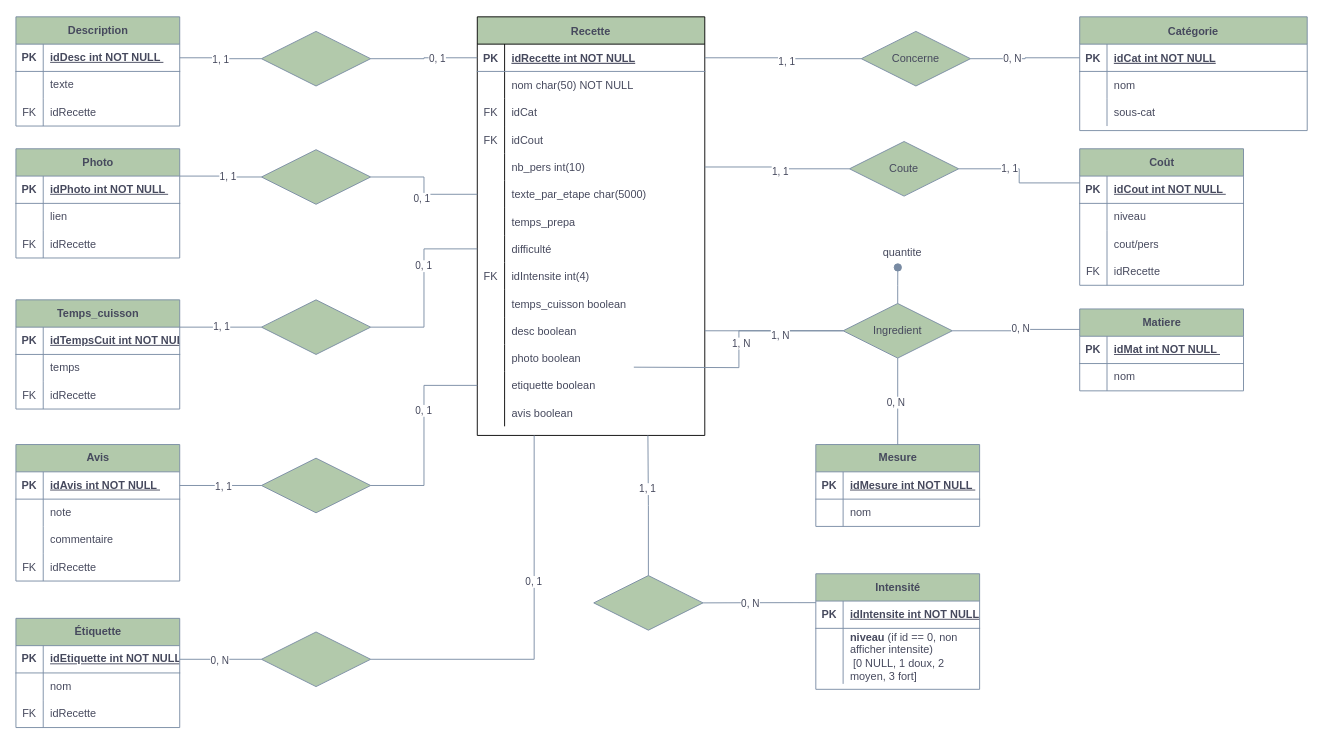
Above: 未命名绘图.drawio in nicrain/nicrain.github.io (draw.io), before the change. Source tidied: cells renumbered, new cells numbered last; positions are measured from the earlier drawing's top-left corner, leaving out a move shared by most shapes. Both pictures are drawn from the tidied source at 91%, with x=0, y=0 at pixel (15, 16).
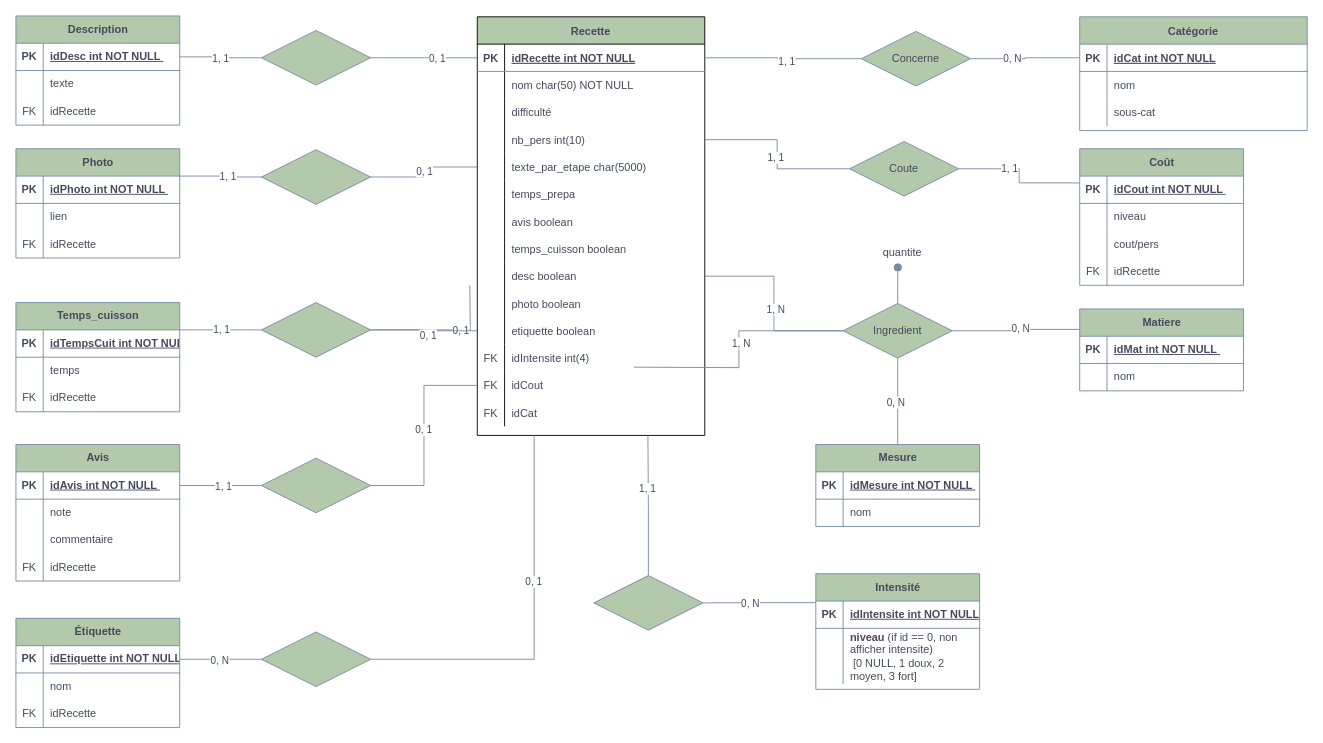
After the change.

Commit message (it also covers changes not shown here):
更新未命名绘图.drawio

The change refers to these unchanged cells:
```xml
<mxCell id="14" value="Recette" style="shape=table;startSize=30;childLayout=tableLayout;rowLines=0;fontStyle=1;align=center;labelBackgroundColor=none;fillColor=#B2C9AB;strokeColor=default;fontColor=#46495D;swimlaneFillColor=none;gradientColor=none;perimeterSpacing=0;rounded=0;labelBorderColor=none;" parent="1" vertex="1">
  <mxGeometry x="507" width="250" height="460" as="geometry" />
</mxCell>
<mxCell id="153" style="shape=rhombus;perimeter=rhombusPerimeter;whiteSpace=wrap;html=1;align=center;strokeColor=#788AA3;fontColor=#46495D;fillColor=#B2C9AB;" parent="1" vertex="1">
  <mxGeometry x="269.8" y="485" width="120" height="60" as="geometry" />
</mxCell>
```

What changed in the source:
```diff
@@
-    <mxCell id="21" style="shape=partialRectangle;fillColor=none;top=0;left=0;right=0;bottom=0;labelBackgroundColor=none;strokeColor=#788AA3;fontColor=#46495D;" parent="14" vertex="1">
-      <mxGeometry y="90" width="250" height="30" as="geometry" />
-    </mxCell>
-    <mxCell id="22" value="FK" style="shape=partialRectangle;overflow=hidden;fillColor=none;top=0;left=0;bottom=0;right=0;labelBackgroundColor=none;strokeColor=#788AA3;fontColor=#46495D;" parent="21" vertex="1">
-      <mxGeometry width="30" height="30" as="geometry" />
-    </mxCell>
-    <mxCell id="23" value="idCat" style="shape=partialRectangle;overflow=hidden;fillColor=none;top=0;left=0;bottom=0;right=0;align=left;spacingLeft=6;labelBackgroundColor=none;strokeColor=#788AA3;fontColor=#46495D;" parent="21" vertex="1">
-      <mxGeometry x="30" width="220" height="30" as="geometry" />
-    </mxCell>
     <mxCell id="24" style="shape=partialRectangle;fillColor=none;top=0;left=0;right=0;bottom=0;labelBackgroundColor=none;strokeColor=#788AA3;fontColor=#46495D;" parent="14" vertex="1">
-      <mxGeometry y="120" width="250" height="30" as="geometry" />
+      <mxGeometry y="90" width="250" height="30" as="geometry" />
     </mxCell>
-    <mxCell id="25" value="FK" style="shape=partialRectangle;overflow=hidden;fillColor=none;top=0;left=0;bottom=0;right=0;labelBackgroundColor=none;strokeColor=#788AA3;fontColor=#46495D;" parent="24" vertex="1">
+    <mxCell id="25" style="shape=partialRectangle;overflow=hidden;fillColor=none;top=0;left=0;bottom=0;right=0;labelBackgroundColor=none;strokeColor=#788AA3;fontColor=#46495D;" parent="24" vertex="1">
       <mxGeometry width="30" height="30" as="geometry" />
     </mxCell>
-    <mxCell id="26" value="idCout" style="shape=partialRectangle;overflow=hidden;fillColor=none;top=0;left=0;bottom=0;right=0;align=left;spacingLeft=6;labelBackgroundColor=none;strokeColor=#788AA3;fontColor=#46495D;" parent="24" vertex="1">
+    <mxCell id="26" value="difficulté" style="shape=partialRectangle;overflow=hidden;fillColor=none;top=0;left=0;bottom=0;right=0;align=left;spacingLeft=6;labelBackgroundColor=none;strokeColor=#788AA3;fontColor=#46495D;" parent="24" vertex="1">
       <mxGeometry x="30" width="220" height="30" as="geometry" />
     </mxCell>
     <mxCell id="27" style="shape=partialRectangle;fillColor=none;points=[[0,0.5],[1,0.5]];portConstraint=eastwest;top=0;left=0;right=0;bottom=0;labelBackgroundColor=none;strokeColor=#788AA3;fontColor=#46495D;" parent="14" vertex="1">
-      <mxGeometry y="150" width="250" height="30" as="geometry" />
+      <mxGeometry y="120" width="250" height="30" as="geometry" />
     </mxCell>
@@
     <mxCell id="30" style="shape=partialRectangle;fillColor=none;points=[[0,0.5],[1,0.5]];portConstraint=eastwest;top=0;left=0;right=0;bottom=0;labelBackgroundColor=none;strokeColor=#788AA3;fontColor=#46495D;" parent="14" vertex="1">
-      <mxGeometry y="180" width="250" height="30" as="geometry" />
+      <mxGeometry y="150" width="250" height="30" as="geometry" />
     </mxCell>
@@
     <mxCell id="33" style="shape=partialRectangle;fillColor=none;top=0;left=0;right=0;bottom=0;labelBackgroundColor=none;strokeColor=#788AA3;fontColor=#46495D;" parent="14" vertex="1">
-      <mxGeometry y="210" width="250" height="30" as="geometry" />
+      <mxGeometry y="180" width="250" height="30" as="geometry" />
     </mxCell>
@@
-    <mxCell id="36" style="shape=partialRectangle;fillColor=none;points=[[0,0.5],[1,0.5]];portConstraint=eastwest;top=0;left=0;right=0;bottom=0;labelBackgroundColor=none;strokeColor=#788AA3;fontColor=#46495D;" parent="14" vertex="1">
-      <mxGeometry y="240" width="250" height="30" as="geometry" />
-    </mxCell>
-    <mxCell id="37" style="shape=partialRectangle;overflow=hidden;fillColor=none;top=0;left=0;bottom=0;right=0;labelBackgroundColor=none;strokeColor=#788AA3;fontColor=#46495D;" parent="36" vertex="1">
-      <mxGeometry width="30" height="30" as="geometry" />
-    </mxCell>
-    <mxCell id="38" value="difficulté" style="shape=partialRectangle;overflow=hidden;fillColor=none;top=0;left=0;bottom=0;right=0;align=left;spacingLeft=6;labelBackgroundColor=none;strokeColor=#788AA3;fontColor=#46495D;" parent="36" vertex="1">
-      <mxGeometry x="30" width="220" height="30" as="geometry" />
-    </mxCell>
     <mxCell id="39" style="shape=partialRectangle;fillColor=none;top=0;left=0;right=0;bottom=0;labelBackgroundColor=none;strokeColor=#788AA3;fontColor=#46495D;" parent="14" vertex="1">
-      <mxGeometry y="270" width="250" height="30" as="geometry" />
+      <mxGeometry y="210" width="250" height="30" as="geometry" />
     </mxCell>
-    <mxCell id="40" value="FK" style="shape=partialRectangle;overflow=hidden;fillColor=none;top=0;left=0;bottom=0;right=0;labelBackgroundColor=none;strokeColor=#788AA3;fontColor=#46495D;" parent="39" vertex="1">
+    <mxCell id="40" style="shape=partialRectangle;overflow=hidden;fillColor=none;top=0;left=0;bottom=0;right=0;labelBackgroundColor=none;strokeColor=#788AA3;fontColor=#46495D;" parent="39" vertex="1">
       <mxGeometry width="30" height="30" as="geometry" />
     </mxCell>
-    <mxCell id="41" value="idIntensite int(4)" style="shape=partialRectangle;overflow=hidden;fillColor=none;top=0;left=0;bottom=0;right=0;align=left;spacingLeft=6;labelBackgroundColor=none;strokeColor=#788AA3;fontColor=#46495D;" parent="39" vertex="1">
+    <mxCell id="41" value="avis boolean" style="shape=partialRectangle;overflow=hidden;fillColor=none;top=0;left=0;bottom=0;right=0;align=left;spacingLeft=6;labelBackgroundColor=none;strokeColor=#788AA3;fontColor=#46495D;" parent="39" vertex="1">
       <mxGeometry x="30" width="220" height="30" as="geometry" />
     </mxCell>
     <mxCell id="42" style="shape=partialRectangle;fillColor=none;top=0;left=0;right=0;bottom=0;labelBackgroundColor=none;strokeColor=#788AA3;fontColor=#46495D;" parent="14" vertex="1">
-      <mxGeometry y="300" width="250" height="30" as="geometry" />
+      <mxGeometry y="240" width="250" height="30" as="geometry" />
     </mxCell>
@@
     <mxCell id="45" style="shape=partialRectangle;fillColor=none;points=[[0,0.5],[1,0.5]];portConstraint=eastwest;top=0;left=0;right=0;bottom=0;labelBackgroundColor=none;strokeColor=#788AA3;fontColor=#46495D;" parent="14" vertex="1">
-      <mxGeometry y="330" width="250" height="30" as="geometry" />
+      <mxGeometry y="270" width="250" height="30" as="geometry" />
     </mxCell>
@@
     <mxCell id="48" style="shape=partialRectangle;fillColor=none;top=0;left=0;right=0;bottom=0;labelBackgroundColor=none;strokeColor=#788AA3;fontColor=#46495D;" parent="14" vertex="1">
-      <mxGeometry y="360" width="250" height="30" as="geometry" />
+      <mxGeometry y="300" width="250" height="30" as="geometry" />
     </mxCell>
@@
     <mxCell id="51" style="shape=partialRectangle;fillColor=none;points=[[0,0.5],[1,0.5]];portConstraint=eastwest;top=0;left=0;right=0;bottom=0;labelBackgroundColor=none;strokeColor=#788AA3;fontColor=#46495D;" parent="14" vertex="1">
-      <mxGeometry y="390" width="250" height="30" as="geometry" />
+      <mxGeometry y="330" width="250" height="30" as="geometry" />
     </mxCell>
@@
     <mxCell id="54" style="shape=partialRectangle;fillColor=none;top=0;left=0;right=0;bottom=0;labelBackgroundColor=none;strokeColor=#788AA3;fontColor=#46495D;" parent="14" vertex="1">
-      <mxGeometry y="420" width="250" height="30" as="geometry" />
+      <mxGeometry y="360" width="250" height="30" as="geometry" />
     </mxCell>
-    <mxCell id="55" style="shape=partialRectangle;overflow=hidden;fillColor=none;top=0;left=0;bottom=0;right=0;labelBackgroundColor=none;strokeColor=#788AA3;fontColor=#46495D;" parent="54" vertex="1">
+    <mxCell id="55" value="FK" style="shape=partialRectangle;overflow=hidden;fillColor=none;top=0;left=0;bottom=0;right=0;labelBackgroundColor=none;strokeColor=#788AA3;fontColor=#46495D;" parent="54" vertex="1">
       <mxGeometry width="30" height="30" as="geometry" />
     </mxCell>
-    <mxCell id="56" value="avis boolean" style="shape=partialRectangle;overflow=hidden;fillColor=none;top=0;left=0;bottom=0;right=0;align=left;spacingLeft=6;labelBackgroundColor=none;strokeColor=#788AA3;fontColor=#46495D;" parent="54" vertex="1">
+    <mxCell id="56" value="idIntensite int(4)" style="shape=partialRectangle;overflow=hidden;fillColor=none;top=0;left=0;bottom=0;right=0;align=left;spacingLeft=6;labelBackgroundColor=none;strokeColor=#788AA3;fontColor=#46495D;" parent="54" vertex="1">
       <mxGeometry x="30" width="220" height="30" as="geometry" />
     </mxCell>
+    <mxCell id="193" style="shape=partialRectangle;fillColor=none;points=[[0,0.5],[1,0.5]];portConstraint=eastwest;top=0;left=0;right=0;bottom=0;labelBackgroundColor=none;strokeColor=#788AA3;fontColor=#46495D;" parent="14" vertex="1">
+      <mxGeometry y="390" width="250" height="30" as="geometry" />
+    </mxCell>
+    <mxCell id="194" value="FK" style="shape=partialRectangle;overflow=hidden;fillColor=none;top=0;left=0;bottom=0;right=0;labelBackgroundColor=none;strokeColor=#788AA3;fontColor=#46495D;" parent="193" vertex="1">
+      <mxGeometry width="30" height="30" as="geometry" />
+    </mxCell>
+    <mxCell id="195" value="idCout" style="shape=partialRectangle;overflow=hidden;fillColor=none;top=0;left=0;bottom=0;right=0;align=left;spacingLeft=6;labelBackgroundColor=none;strokeColor=#788AA3;fontColor=#46495D;" parent="193" vertex="1">
+      <mxGeometry x="30" width="220" height="30" as="geometry" />
+    </mxCell>
+    <mxCell id="196" style="shape=partialRectangle;fillColor=none;top=0;left=0;right=0;bottom=0;labelBackgroundColor=none;strokeColor=#788AA3;fontColor=#46495D;" parent="14" vertex="1">
+      <mxGeometry y="420" width="250" height="30" as="geometry" />
+    </mxCell>
+    <mxCell id="197" value="FK" style="shape=partialRectangle;overflow=hidden;fillColor=none;top=0;left=0;bottom=0;right=0;labelBackgroundColor=none;strokeColor=#788AA3;fontColor=#46495D;" parent="196" vertex="1">
+      <mxGeometry width="30" height="30" as="geometry" />
+    </mxCell>
+    <mxCell id="23" value="idCat" style="shape=partialRectangle;overflow=hidden;fillColor=none;top=0;left=0;bottom=0;right=0;align=left;spacingLeft=6;labelBackgroundColor=none;strokeColor=#788AA3;fontColor=#46495D;" parent="196" vertex="1">
+      <mxGeometry x="30" width="220" height="30" as="geometry" />
+    </mxCell>
@@
     <mxCell id="103" value="Description" style="shape=table;startSize=30;childLayout=tableLayout;rowLines=0;fontStyle=1;align=center;html=1;strokeColor=#788AA3;fontColor=#46495D;fillColor=#B2C9AB;" parent="1" vertex="1">
-      <mxGeometry width="180" height="120" as="geometry" />
+      <mxGeometry y="-1" width="180" height="120" as="geometry" />
     </mxCell>
@@
     <mxCell id="123" value="Temps_cuisson" style="shape=table;startSize=30;childLayout=tableLayout;rowLines=0;fontStyle=1;align=center;html=1;strokeColor=#788AA3;fontColor=#46495D;fillColor=#B2C9AB;" parent="1" vertex="1">
-      <mxGeometry y="311" width="180" height="120" as="geometry" />
+      <mxGeometry y="314" width="180" height="120" as="geometry" />
     </mxCell>
@@
     <mxCell id="138" style="shape=rhombus;perimeter=rhombusPerimeter;whiteSpace=wrap;html=1;align=center;strokeColor=#788AA3;fontColor=#46495D;fillColor=#B2C9AB;" parent="1" vertex="1">
-      <mxGeometry x="269.8" y="16" width="120" height="60" as="geometry" />
+      <mxGeometry x="269.8" y="15" width="120" height="60" as="geometry" />
     </mxCell>
@@
     <mxCell id="148" style="shape=rhombus;perimeter=rhombusPerimeter;whiteSpace=wrap;html=1;align=center;strokeColor=#788AA3;fontColor=#46495D;fillColor=#B2C9AB;" parent="1" vertex="1">
-      <mxGeometry x="269.8" y="311" width="120" height="60" as="geometry" />
+      <mxGeometry x="269.8" y="314" width="120" height="60" as="geometry" />
     </mxCell>
-    <mxCell id="149" style="edgeStyle=orthogonalEdgeStyle;elbow=horizontal;endArrow=none;html=1;rounded=0;endSize=8;startSize=8;strokeColor=#788AA3;fontColor=#46495D;fillColor=#B2C9AB;endFill=0;entryX=0;entryY=0.5;entryDx=0;entryDy=0;exitX=1;exitY=0.5;exitDx=0;exitDy=0;" parent="1" edge="1" source="148" target="36">
-      <mxGeometry relative="1" as="geometry" />
+    <mxCell id="149" style="edgeStyle=orthogonalEdgeStyle;elbow=horizontal;endArrow=none;html=1;rounded=0;endSize=8;startSize=8;strokeColor=#788AA3;fontColor=#46495D;fillColor=#B2C9AB;endFill=0;entryX=0;entryY=0.5;entryDx=0;entryDy=0;exitX=1;exitY=0.5;exitDx=0;exitDy=0;" parent="1" edge="1" source="148">
+      <mxGeometry relative="1" as="geometry">
+        <mxPoint x="498.8" y="295" as="targetPoint" />
+      </mxGeometry>
     </mxCell>
@@
-    <mxCell id="154" style="edgeStyle=orthogonalEdgeStyle;elbow=horizontal;endArrow=none;html=1;rounded=0;endSize=8;startSize=8;strokeColor=#788AA3;fontColor=#46495D;fillColor=#B2C9AB;endFill=0;entryX=0;entryY=0.5;entryDx=0;entryDy=0;exitX=1;exitY=0.5;exitDx=0;exitDy=0;" parent="1" edge="1" source="153" target="51">
+    <mxCell id="154" style="edgeStyle=orthogonalEdgeStyle;elbow=horizontal;endArrow=none;html=1;rounded=0;endSize=8;startSize=8;strokeColor=#788AA3;fontColor=#46495D;fillColor=#B2C9AB;endFill=0;entryX=0;entryY=0.5;entryDx=0;entryDy=0;exitX=1;exitY=0.5;exitDx=0;exitDy=0;" parent="1" edge="1" source="153" target="193">
       <mxGeometry relative="1" as="geometry" />
     </mxCell>
     <mxCell id="155" value="0, 1" style="edgeLabel;html=1;align=center;verticalAlign=middle;strokeColor=#788AA3;fontColor=#46495D;fillColor=#B2C9AB;" parent="154" vertex="1">
       <mxGeometry x="0.25" y="1" relative="1" as="geometry">
-        <mxPoint y="1" as="offset" />
+        <mxPoint y="22" as="offset" />
       </mxGeometry>
     </mxCell>
@@
+    <mxCell id="198" style="edgeStyle=orthogonalEdgeStyle;elbow=horizontal;endArrow=none;html=1;rounded=0;endSize=8;startSize=8;strokeColor=#788AA3;fontColor=#46495D;fillColor=#B2C9AB;endFill=0;entryX=0;entryY=0.5;entryDx=0;entryDy=0;exitX=1;exitY=0.5;exitDx=0;exitDy=0;" parent="1" edge="1" source="148" target="51">
+      <mxGeometry relative="1" as="geometry" />
+    </mxCell>
+    <mxCell id="199" value="0, 1" style="edgeLabel;html=1;align=center;verticalAlign=middle;strokeColor=#788AA3;fontColor=#46495D;fillColor=#B2C9AB;" parent="198" vertex="1">
+      <mxGeometry x="0.25" y="1" relative="1" as="geometry">
+        <mxPoint x="-10" y="5" as="offset" />
+      </mxGeometry>
+    </mxCell>
```
